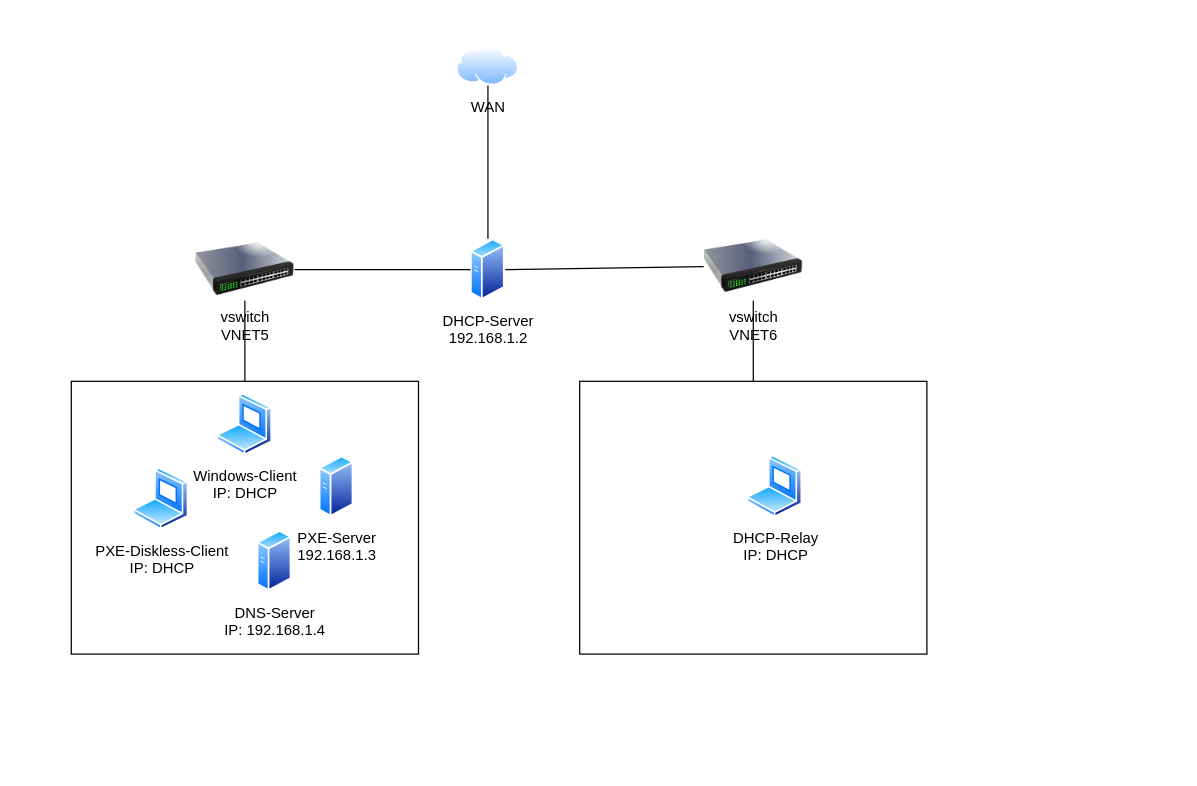
Sephley/docs keeps this draw.io diagram as docs/dns/praktisch/drawio/netzwerkschama_m300_dns.drawio. Above is the earlier version. Source tidied: cells renumbered, new cells numbered last; positions are measured from the earlier drawing's top-left corner, leaving out a move shared by most shapes. Both pictures are drawn from the tidied source at 124%, with x=0, y=0 at pixel (71, 46).
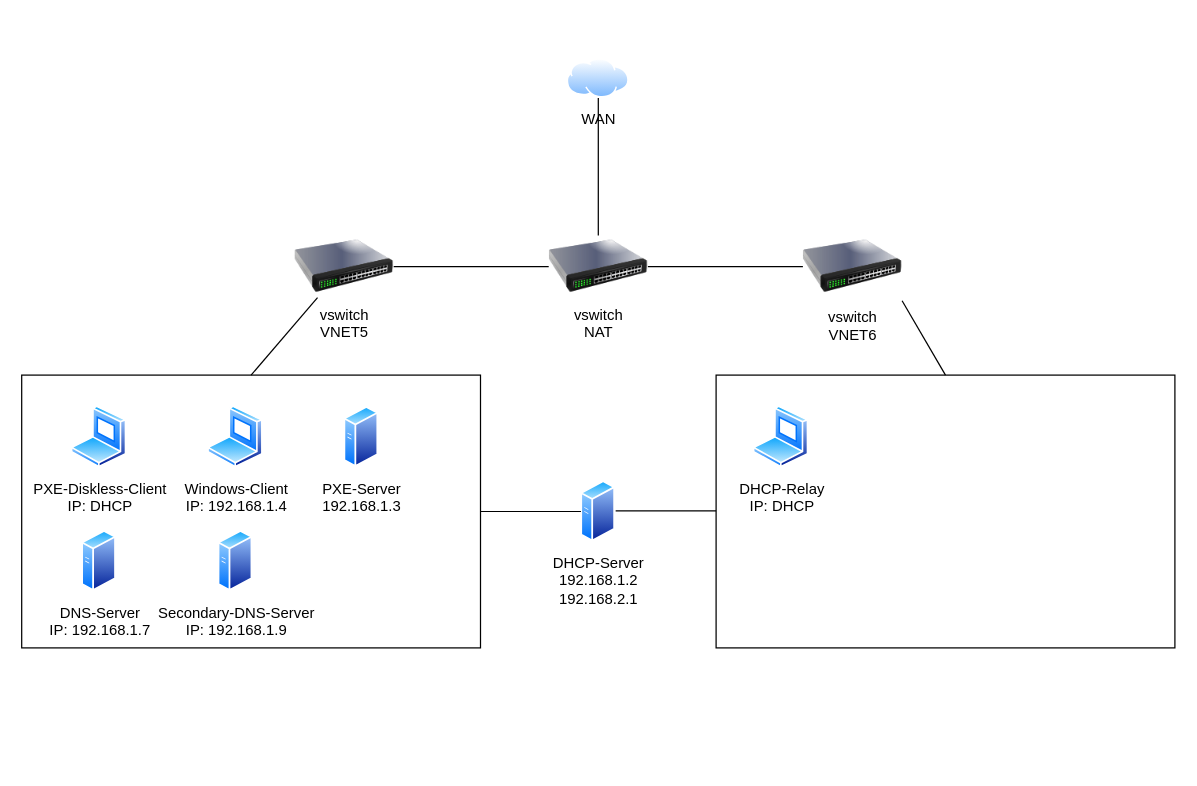
Above is the later version.

Diff of the diagram source:
```diff
@@
-    <mxCell id="2" style="rounded=0;whiteSpace=wrap;html=1;" parent="1" vertex="1">
-      <mxGeometry x="410" y="270" width="280" height="220" as="geometry" />
-    </mxCell>
+    <mxCell id="18" style="rounded=0;whiteSpace=wrap;html=1;strokeColor=none;" parent="1" vertex="1">
+      <mxGeometry x="-40" y="-20" width="930" height="600" as="geometry" />
+    </mxCell>
+    <mxCell id="19" style="rounded=0;whiteSpace=wrap;html=1;" parent="1" vertex="1">
+      <mxGeometry x="520" y="265" width="370" height="220" as="geometry" />
+    </mxCell>
     <mxCell id="3" style="rounded=0;whiteSpace=wrap;html=1;" parent="1" vertex="1">
-      <mxGeometry y="270" width="280" height="220" as="geometry" />
+      <mxGeometry x="-40" y="265" width="370" height="220" as="geometry" />
     </mxCell>
     <mxCell id="4" value="WAN" style="image;perimeter=ellipsePerimeter;html=1;align=center;shadow=0;dashed=0;spacingTop=3;image=img/lib/active_directory/internet_cloud.svg;" parent="1" vertex="1">
-      <mxGeometry x="311" width="50" height="31.5" as="geometry" />
+      <mxGeometry x="400" y="10" width="50" height="31.5" as="geometry" />
     </mxCell>
     <mxCell id="5" value="vswitch&lt;br&gt;VNET5" style="image;html=1;image=img/lib/clip_art/networking/Switch_128x128.png;" parent="1" vertex="1">
-      <mxGeometry x="100" y="155" width="80" height="50" as="geometry" />
+      <mxGeometry x="180" y="152.5" width="80" height="50" as="geometry" />
     </mxCell>
     <mxCell id="6" value="vswitch&lt;br&gt;VNET6" style="image;html=1;image=img/lib/clip_art/networking/Switch_128x128.png;" parent="1" vertex="1">
-      <mxGeometry x="510" y="150" width="80" height="55" as="geometry" />
+      <mxGeometry x="590" y="150" width="80" height="55" as="geometry" />
     </mxCell>
     <mxCell id="7" value="PXE-Diskless-Client&lt;div&gt;IP: DHCP&lt;/div&gt;" style="image;perimeter=ellipsePerimeter;html=1;align=center;shadow=0;dashed=0;spacingTop=3;image=img/lib/active_directory/laptop_client.svg;" parent="1" vertex="1">
-      <mxGeometry x="50" y="340" width="45" height="50" as="geometry" />
+      <mxGeometry y="290" width="45" height="50" as="geometry" />
     </mxCell>
+    <mxCell id="9" value="PXE-Server&lt;br&gt;192.168.1.3" style="image;perimeter=ellipsePerimeter;html=1;align=center;shadow=0;dashed=0;spacingTop=3;image=img/lib/active_directory/generic_server.svg;" parent="1" vertex="1">
+      <mxGeometry x="220" y="290" width="28" height="50" as="geometry" />
+    </mxCell>
     <mxCell id="8" value="DHCP-Relay&lt;div&gt;IP: DHCP&lt;/div&gt;" style="image;perimeter=ellipsePerimeter;html=1;align=center;shadow=0;dashed=0;spacingTop=3;image=img/lib/active_directory/laptop_client.svg;" parent="1" vertex="1">
-      <mxGeometry x="545" y="330" width="45" height="50" as="geometry" />
+      <mxGeometry x="550" y="290" width="45" height="50" as="geometry" />
     </mxCell>
-    <mxCell id="9" value="PXE-Server&lt;br&gt;192.168.1.3" style="image;perimeter=ellipsePerimeter;html=1;align=center;shadow=0;dashed=0;spacingTop=3;image=img/lib/active_directory/generic_server.svg;" parent="1" vertex="1">
-      <mxGeometry x="200" y="330" width="28" height="50" as="geometry" />
-    </mxCell>
-    <mxCell id="10" value="DHCP-Server&lt;br&gt;192.168.1.2" style="image;perimeter=ellipsePerimeter;html=1;align=center;shadow=0;dashed=0;spacingTop=3;image=img/lib/active_directory/generic_server.svg;" parent="1" vertex="1">
-      <mxGeometry x="322" y="155" width="28" height="50" as="geometry" />
+    <mxCell id="10" value="DHCP-Server&lt;br&gt;192.168.1.2&lt;div&gt;192.168.2.1&lt;/div&gt;" style="image;perimeter=ellipsePerimeter;html=1;align=center;shadow=0;dashed=0;spacingTop=3;image=img/lib/active_directory/generic_server.svg;" parent="1" vertex="1">
+      <mxGeometry x="411" y="350" width="28" height="50" as="geometry" />
     </mxCell>
-    <mxCell id="11" value="Windows-Client&lt;br&gt;IP: DHCP" style="image;perimeter=ellipsePerimeter;html=1;align=center;shadow=0;dashed=0;spacingTop=3;image=img/lib/active_directory/laptop_client.svg;" parent="1" vertex="1">
-      <mxGeometry x="117.5" y="280" width="45" height="50" as="geometry" />
+    <mxCell id="11" value="Windows-Client&lt;br&gt;IP: 192.168.1.4" style="image;perimeter=ellipsePerimeter;html=1;align=center;shadow=0;dashed=0;spacingTop=3;image=img/lib/active_directory/laptop_client.svg;" parent="1" vertex="1">
+      <mxGeometry x="110" y="290" width="45" height="50" as="geometry" />
     </mxCell>
@@
-    <mxCell id="13" style="endArrow=none;html=1;rounded=0;exitX=1;exitY=0.5;exitDx=0;exitDy=0;entryX=0;entryY=0.5;entryDx=0;entryDy=0;" parent="1" edge="1" source="5" target="10">
-      <mxGeometry relative="1" as="geometry" />
-    </mxCell>
-    <mxCell id="14" style="endArrow=none;html=1;rounded=0;exitX=1;exitY=0.5;exitDx=0;exitDy=0;entryX=0;entryY=0.5;entryDx=0;entryDy=0;" parent="1" edge="1" source="10" target="6">
-      <mxGeometry relative="1" as="geometry" />
-    </mxCell>
-    <mxCell id="15" style="endArrow=none;html=1;rounded=0;exitX=0.5;exitY=0;exitDx=0;exitDy=0;" parent="1" edge="1" source="2" target="6">
-      <mxGeometry relative="1" as="geometry" />
-    </mxCell>
-    <mxCell id="16" style="endArrow=none;html=1;rounded=0;exitX=0.5;exitY=0;exitDx=0;exitDy=0;entryX=0.5;entryY=1;entryDx=0;entryDy=0;" parent="1" edge="1" source="10" target="4">
-      <mxGeometry relative="1" as="geometry" />
-    </mxCell>
-    <mxCell id="17" value="DNS-Server&lt;br&gt;IP: 192.168.1.4" style="image;perimeter=ellipsePerimeter;html=1;align=center;shadow=0;dashed=0;spacingTop=3;image=img/lib/active_directory/generic_server.svg;" parent="1" vertex="1">
-      <mxGeometry x="150" y="390" width="28" height="50" as="geometry" />
+    <mxCell id="17" value="DNS-Server&lt;br&gt;IP: 192.168.1.7" style="image;perimeter=ellipsePerimeter;html=1;align=center;shadow=0;dashed=0;spacingTop=3;image=img/lib/active_directory/generic_server.svg;" parent="1" vertex="1">
+      <mxGeometry x="8.5" y="390" width="28" height="50" as="geometry" />
     </mxCell>
+    <mxCell id="20" value="Secondary-DNS-Server&lt;br&gt;IP: 192.168.1.9" style="image;perimeter=ellipsePerimeter;html=1;align=center;shadow=0;dashed=0;spacingTop=3;image=img/lib/active_directory/generic_server.svg;" parent="1" vertex="1">
+      <mxGeometry x="118.5" y="390" width="28" height="50" as="geometry" />
+    </mxCell>
+    <mxCell id="21" value="vswitch&lt;br&gt;NAT" style="image;html=1;image=img/lib/clip_art/networking/Switch_128x128.png;" parent="1" vertex="1">
+      <mxGeometry x="385" y="152.5" width="80" height="50" as="geometry" />
+    </mxCell>
+    <mxCell id="22" style="endArrow=none;html=1;rounded=0;entryX=0;entryY=0.5;entryDx=0;entryDy=0;exitX=1;exitY=0.5;exitDx=0;exitDy=0;" parent="1" edge="1" source="3" target="10">
+      <mxGeometry relative="1" as="geometry" />
+    </mxCell>
+    <mxCell id="23" style="endArrow=none;html=1;rounded=0;entryX=0;entryY=0.5;entryDx=0;entryDy=0;exitX=1;exitY=0.5;exitDx=0;exitDy=0;" parent="1" edge="1">
+      <mxGeometry relative="1" as="geometry">
+        <mxPoint x="439" y="374.5" as="sourcePoint" />
+        <mxPoint x="520" y="374.5" as="targetPoint" />
+      </mxGeometry>
+    </mxCell>
+    <mxCell id="24" style="endArrow=none;html=1;rounded=0;exitX=0.5;exitY=0;exitDx=0;exitDy=0;entryX=1;entryY=1;entryDx=0;entryDy=0;" parent="1" edge="1" source="19" target="6">
+      <mxGeometry relative="1" as="geometry" />
+    </mxCell>
+    <mxCell id="25" style="endArrow=none;html=1;rounded=0;exitX=1;exitY=0.5;exitDx=0;exitDy=0;entryX=0;entryY=0.5;entryDx=0;entryDy=0;" parent="1" edge="1" source="21" target="6">
+      <mxGeometry relative="1" as="geometry" />
+    </mxCell>
+    <mxCell id="26" style="endArrow=none;html=1;rounded=0;exitX=1;exitY=0.5;exitDx=0;exitDy=0;entryX=0;entryY=0.5;entryDx=0;entryDy=0;" parent="1" edge="1" source="5" target="21">
+      <mxGeometry relative="1" as="geometry" />
+    </mxCell>
+    <mxCell id="27" style="endArrow=none;html=1;rounded=0;exitX=0.5;exitY=0;exitDx=0;exitDy=0;entryX=0.5;entryY=1;entryDx=0;entryDy=0;" parent="1" edge="1" source="21" target="4">
+      <mxGeometry relative="1" as="geometry" />
+    </mxCell>
```
